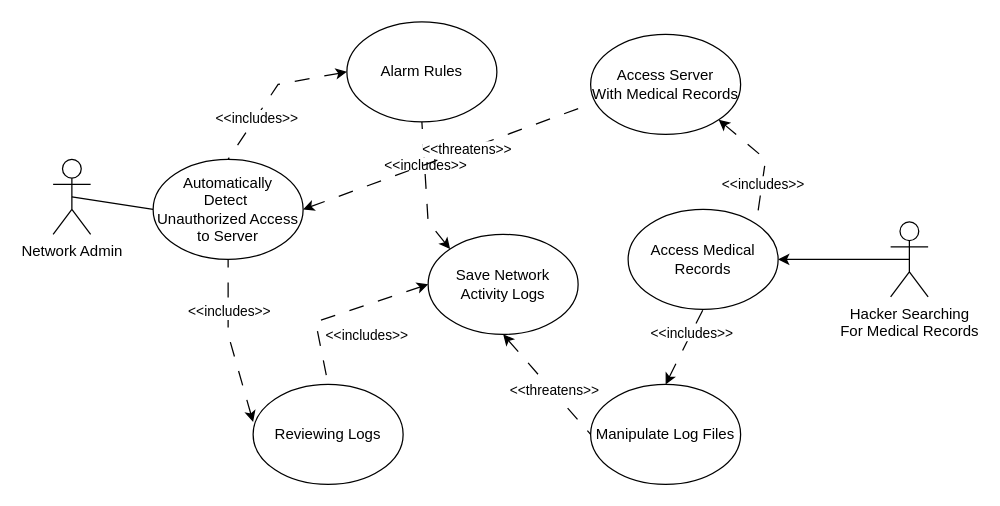
UNO-CYBR-8420-Team1/CYBR8420-Suricata keeps this draw.io diagram as page "UseCase" (1 of 2) of Use Cases/UseCase1-Network-Traffic-Monitoring.drawio. Above is the earlier version. Source tidied: cells renumbered, new cells numbered last; positions are measured from the earlier drawing's top-left corner, leaving out a move shared by most shapes. Both pictures are drawn from the tidied source at 125%, with x=0, y=0 at pixel (52, 21).
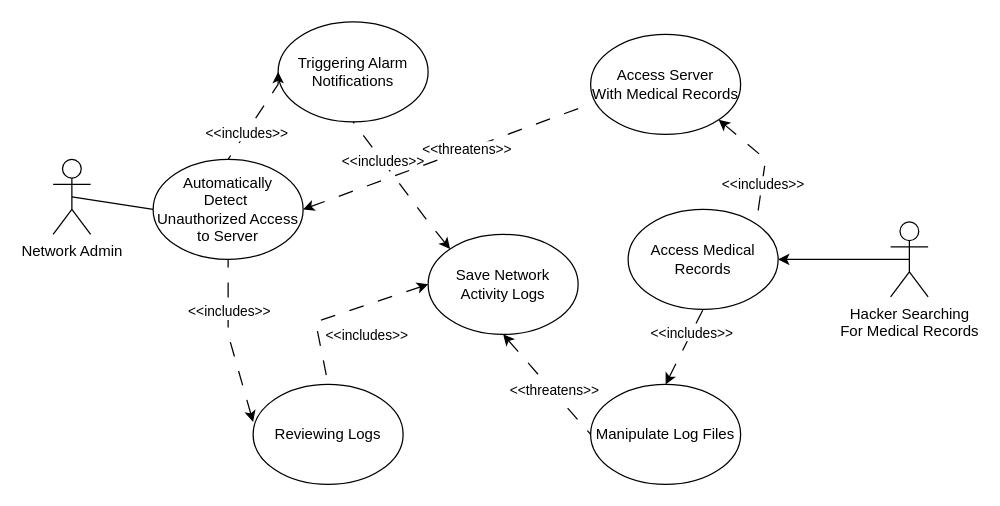
Above is the later version.

Commit message (it also covers changes not shown here):
Update Diagram UseCase4

What changed in the source:
```diff
@@
-    <mxCell id="6" value="&lt;font color=&quot;#000000&quot;&gt;Alarm Rules&lt;/font&gt;" style="ellipse;whiteSpace=wrap;html=1;fillStyle=solid;fillColor=#FFFFFF;" parent="1" vertex="1">
-      <mxGeometry x="235" width="120" height="80" as="geometry" />
+    <mxCell id="6" value="&lt;font color=&quot;#000000&quot;&gt;Triggering Alarm Notifications&lt;/font&gt;" style="ellipse;whiteSpace=wrap;html=1;fillStyle=solid;fillColor=#FFFFFF;" parent="1" vertex="1">
+      <mxGeometry x="180" width="120" height="80" as="geometry" />
     </mxCell>
```
